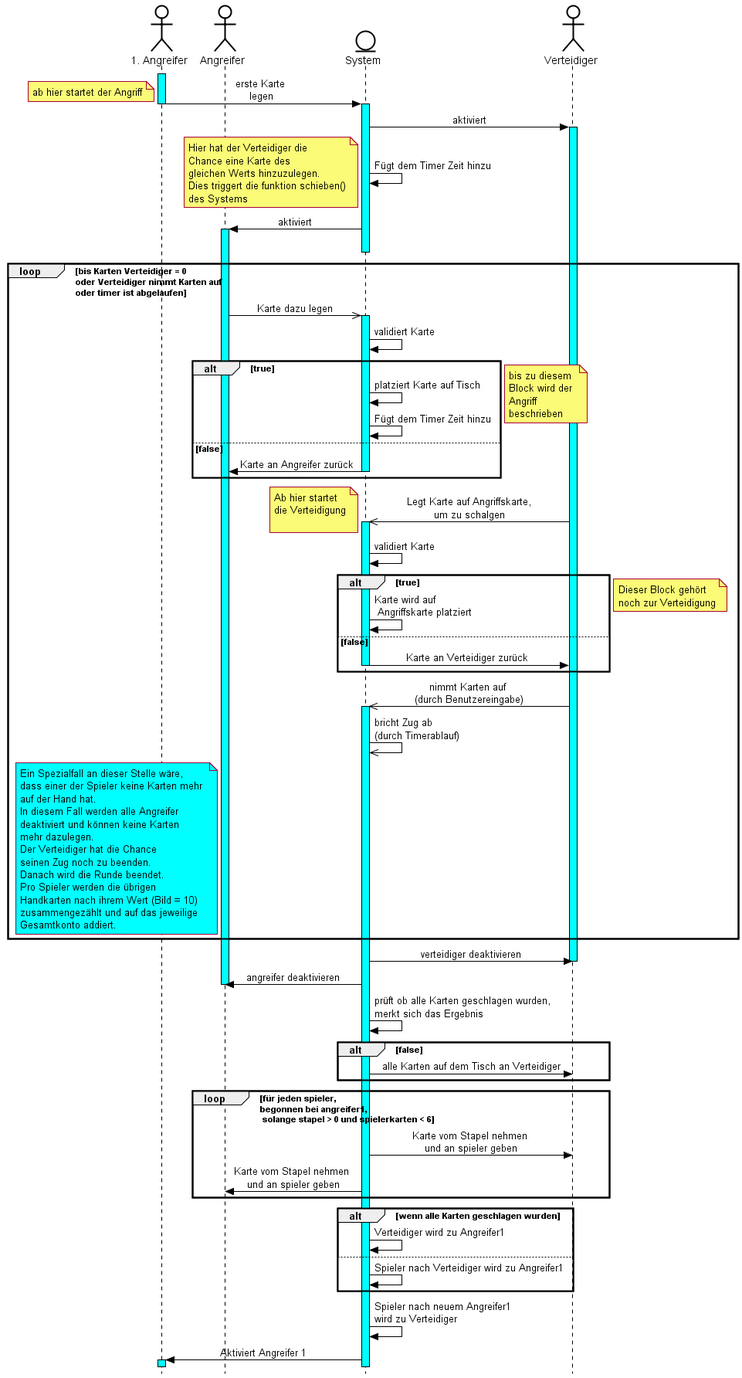
Before: Sequenzdiagramm/Durak Zug.png, a diagram exported from PlantUML (DerLurchi/Durak).
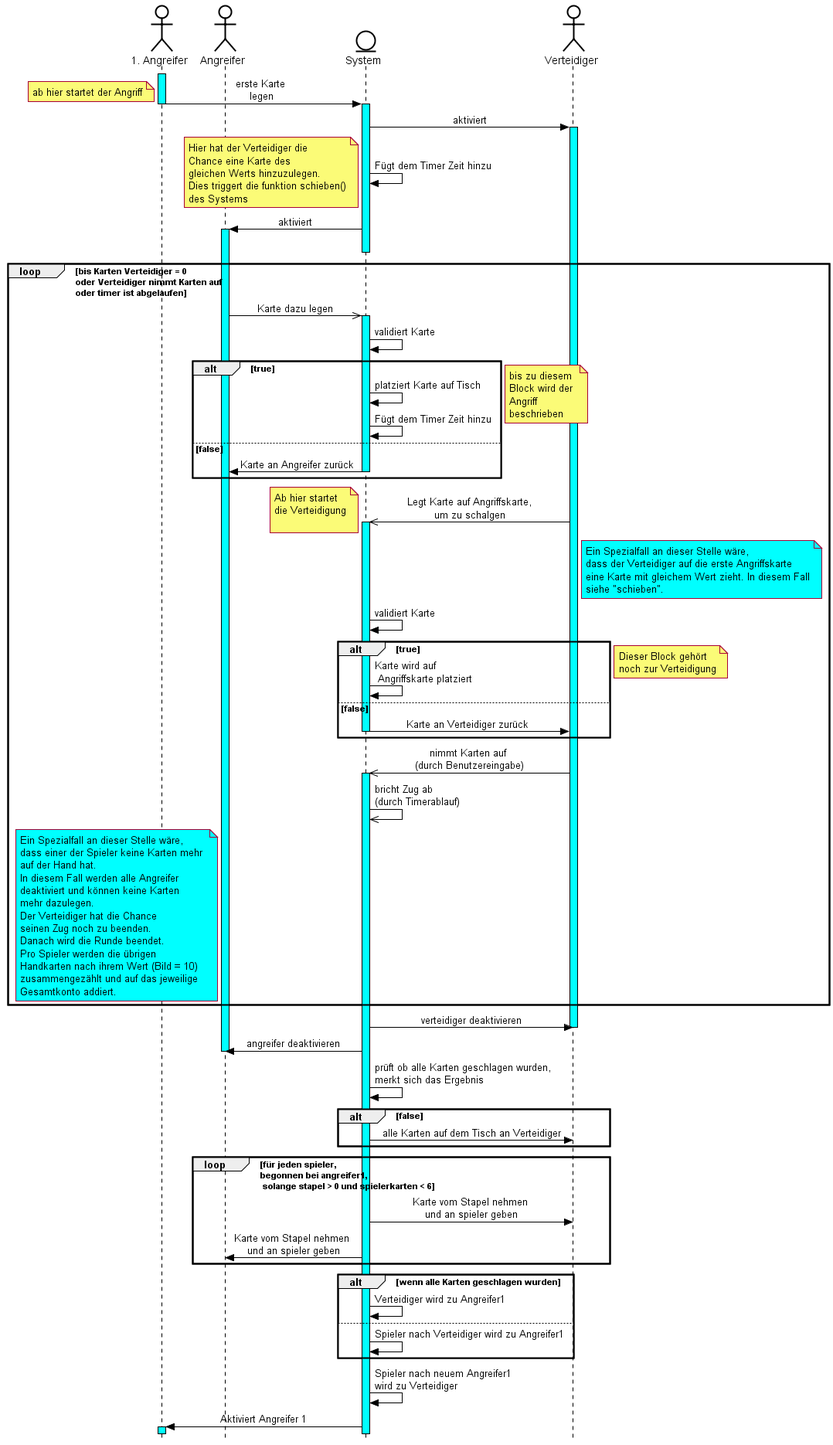
The same diagram one commit later.

What changed in the source:
```diff
@@ -32,7 +32,6 @@
 a1 -> sys --++: erste Karte \nlegen
 note left: ab hier startet der Angriff
 
-
 sys -> v ++ : aktiviert
 sys -> sys : Fügt dem Timer Zeit hinzu
 note left
@@ -43,7 +42,6 @@
 des Systems
 end note
 sys -> a ++-- : aktiviert
-
 
 loop bis Karten Verteidiger = 0 \noder Verteidiger nimmt Karten auf \noder timer ist abgelaufen
 
@@ -65,6 +63,12 @@
 
     v ->> sys ++ : Legt Karte auf Angriffskarte,\num zu schalgen
     note left: Ab hier startet \ndie Verteidigung\n
+    note right of v #aqua
+    Ein Spezialfall an dieser Stelle wäre,
+    dass der Verteidiger auf die erste Angriffskarte
+    eine Karte mit gleichem Wert zieht. In diesem Fall
+    siehe "schieben".
+    end note
 
     sys -> sys : validiert Karte
 
@@ -99,7 +103,6 @@
 
 end
 
-
 sys -> v : verteidiger deaktivieren
 deactivate v
 sys -> a : angreifer deaktivieren
@@ -129,5 +132,4 @@
 
 sys -> a1 ++ : Aktiviert Angreifer 1
 
-
 @enduml
```
